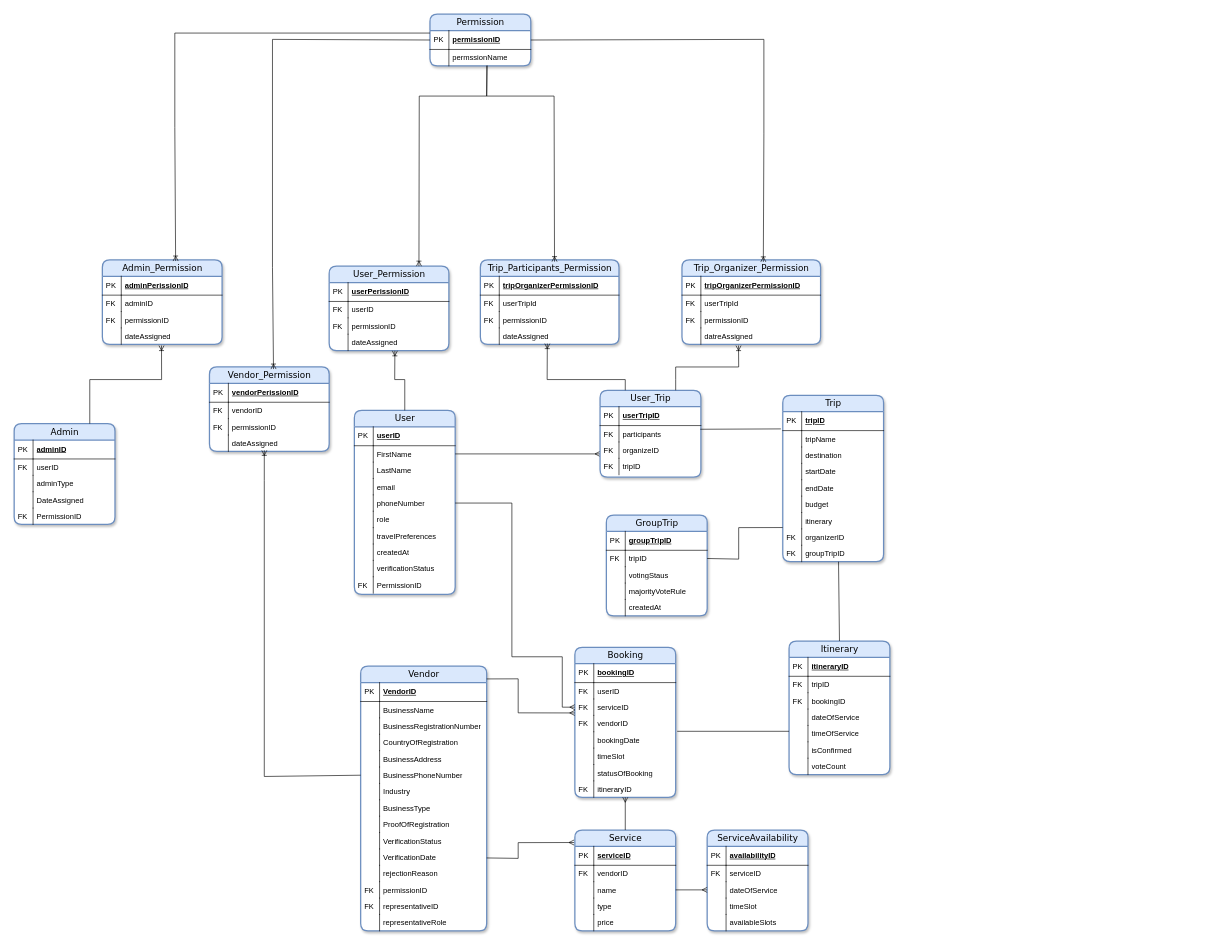
This is images/Untitled Diagram.drawio from AlaishAJohnson/VoyageSyncCapstone, a draw.io file, before an edit. Source tidied: cells renumbered, new cells numbered last; positions are measured from the earlier drawing's top-left corner, leaving out a move shared by most shapes. Both pictures are drawn from the tidied source at 63%, with x=0, y=0 at pixel (14, 14).
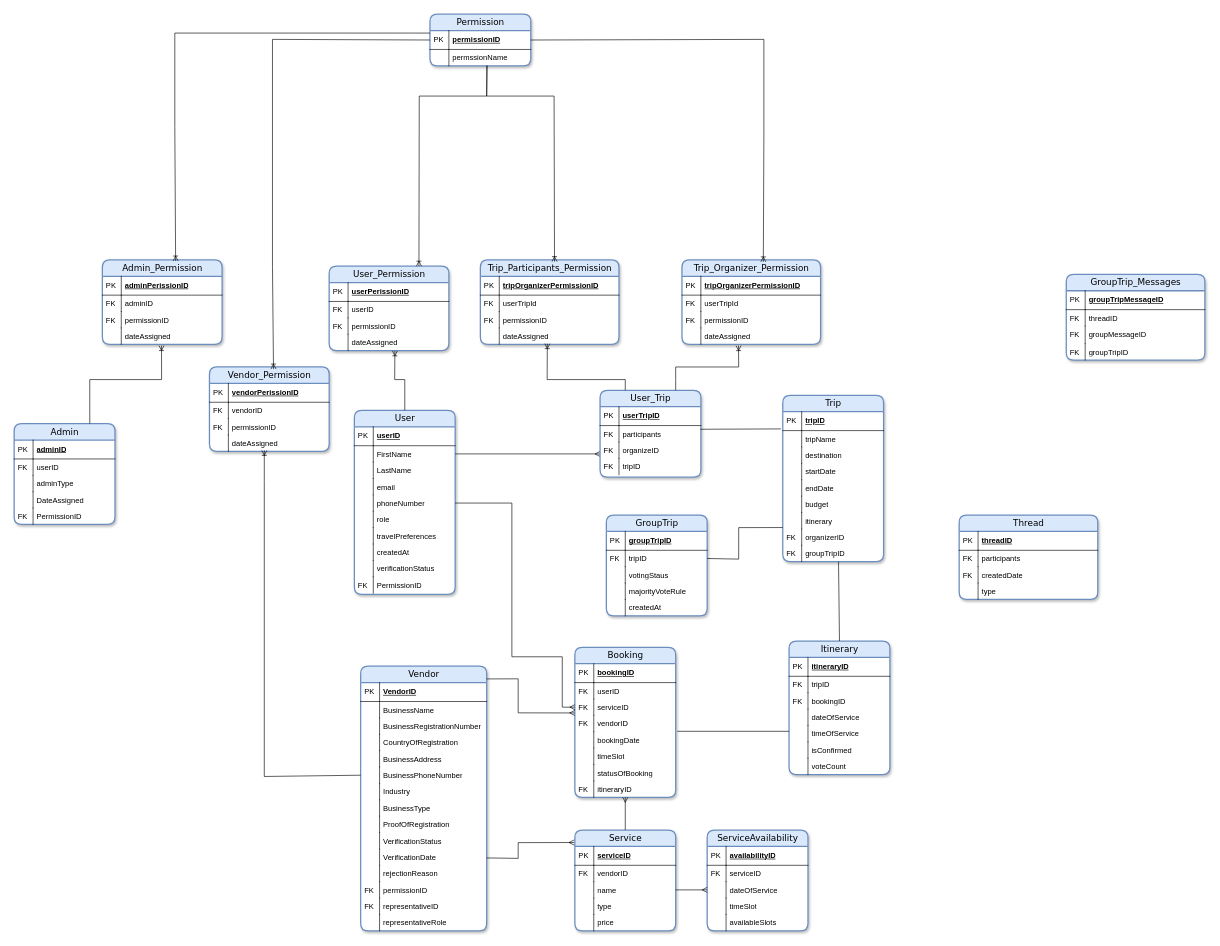
The same diagram, later.

The change refers to these unchanged cells:
```xml
<mxCell id="168" value="Trip_Organizer_Permission" style="swimlane;html=1;fontStyle=0;horizontal=1;startSize=26;fillColor=#dae8fc;swimlaneFillColor=#ffffff;align=center;rounded=1;shadow=1;comic=0;labelBackgroundColor=none;strokeWidth=2;fontFamily=Verdana;fontSize=14;strokeColor=#6c8ebf;" parent="1" vertex="1">
  <mxGeometry x="1060" y="390" width="220" height="134" as="geometry" />
</mxCell>
```

The edit, as a diff of the source:
```diff
@@
-    <mxCell id="175" value="datreAssigned" style="shape=partialRectangle;top=0;left=0;right=0;bottom=0;html=1;align=left;verticalAlign=top;fillColor=none;spacingLeft=34;spacingRight=4;whiteSpace=wrap;overflow=hidden;points=[[0,0.5],[1,0.5]];portConstraint=eastwest;" parent="168" vertex="1">
+    <mxCell id="175" value="dateAssigned" style="shape=partialRectangle;top=0;left=0;right=0;bottom=0;html=1;align=left;verticalAlign=top;fillColor=none;spacingLeft=34;spacingRight=4;whiteSpace=wrap;overflow=hidden;points=[[0,0.5],[1,0.5]];portConstraint=eastwest;" parent="168" vertex="1">
       <mxGeometry y="108" width="220" height="26" as="geometry" />
     </mxCell>
@@
+    <mxCell id="228" value="GroupTrip_Messages" style="swimlane;html=1;fontStyle=0;horizontal=1;startSize=26;fillColor=#dae8fc;swimlaneFillColor=#ffffff;align=center;rounded=1;shadow=1;comic=0;labelBackgroundColor=none;strokeWidth=2;fontFamily=Verdana;fontSize=14;strokeColor=#6c8ebf;" parent="1" vertex="1">
+      <mxGeometry x="1670" y="413" width="220" height="136" as="geometry" />
+    </mxCell>
+    <mxCell id="229" value="groupTripMessageID" style="shape=partialRectangle;top=0;left=0;right=0;bottom=1;html=1;align=left;verticalAlign=middle;fillColor=none;spacingLeft=34;spacingRight=4;whiteSpace=wrap;overflow=hidden;fontStyle=5;" parent="228" vertex="1">
+      <mxGeometry y="26" width="220" height="30" as="geometry" />
+    </mxCell>
+    <mxCell id="230" value="PK" style="shape=partialRectangle;top=0;left=0;bottom=0;html=1;fillColor=none;align=left;verticalAlign=middle;spacingLeft=4;spacingRight=4;whiteSpace=wrap;overflow=hidden;" parent="229" vertex="1">
+      <mxGeometry width="30" height="30" as="geometry" />
+    </mxCell>
+    <mxCell id="231" value="threadID" style="shape=partialRectangle;top=0;left=0;right=0;bottom=0;html=1;align=left;verticalAlign=top;fillColor=none;spacingLeft=34;spacingRight=4;whiteSpace=wrap;overflow=hidden;" parent="228" vertex="1">
+      <mxGeometry y="56" width="220" height="26" as="geometry" />
+    </mxCell>
+    <mxCell id="232" value="FK" style="shape=partialRectangle;top=0;left=0;bottom=0;html=1;fillColor=none;align=left;verticalAlign=top;spacingLeft=4;spacingRight=4;whiteSpace=wrap;overflow=hidden;" parent="231" vertex="1">
+      <mxGeometry width="30" height="26" as="geometry" />
+    </mxCell>
+    <mxCell id="233" value="groupMessageID" style="shape=partialRectangle;top=0;left=0;right=0;bottom=0;html=1;align=left;verticalAlign=top;fillColor=none;spacingLeft=34;spacingRight=4;whiteSpace=wrap;overflow=hidden;" parent="228" vertex="1">
+      <mxGeometry y="82" width="220" height="28" as="geometry" />
+    </mxCell>
+    <mxCell id="234" value="FK" style="shape=partialRectangle;top=0;left=0;bottom=0;html=1;fillColor=none;align=left;verticalAlign=top;spacingLeft=4;spacingRight=4;whiteSpace=wrap;overflow=hidden;" parent="233" vertex="1">
+      <mxGeometry width="30" height="28" as="geometry" />
+    </mxCell>
+    <mxCell id="235" value="groupTripID" style="shape=partialRectangle;top=0;left=0;right=0;bottom=0;html=1;align=left;verticalAlign=top;fillColor=none;spacingLeft=34;spacingRight=4;whiteSpace=wrap;overflow=hidden;" parent="228" vertex="1">
+      <mxGeometry y="110" width="220" height="26" as="geometry" />
+    </mxCell>
+    <mxCell id="236" value="FK" style="shape=partialRectangle;top=0;left=0;bottom=0;html=1;fillColor=none;align=left;verticalAlign=top;spacingLeft=4;spacingRight=4;whiteSpace=wrap;overflow=hidden;" parent="235" vertex="1">
+      <mxGeometry width="30" height="26" as="geometry" />
+    </mxCell>
+    <mxCell id="237" value="Thread" style="swimlane;html=1;fontStyle=0;horizontal=1;startSize=26;fillColor=#dae8fc;swimlaneFillColor=#ffffff;align=center;rounded=1;shadow=1;comic=0;labelBackgroundColor=none;strokeWidth=2;fontFamily=Verdana;fontSize=14;strokeColor=#6c8ebf;" parent="1" vertex="1">
+      <mxGeometry x="1500" y="795" width="220" height="134" as="geometry" />
+    </mxCell>
+    <mxCell id="238" value="threadID" style="shape=partialRectangle;top=0;left=0;right=0;bottom=1;html=1;align=left;verticalAlign=middle;fillColor=none;spacingLeft=34;spacingRight=4;whiteSpace=wrap;overflow=hidden;fontStyle=5;" parent="237" vertex="1">
+      <mxGeometry y="26" width="220" height="30" as="geometry" />
+    </mxCell>
+    <mxCell id="239" value="PK" style="shape=partialRectangle;top=0;left=0;bottom=0;html=1;fillColor=none;align=left;verticalAlign=middle;spacingLeft=4;spacingRight=4;whiteSpace=wrap;overflow=hidden;" parent="238" vertex="1">
+      <mxGeometry width="30" height="30" as="geometry" />
+    </mxCell>
+    <mxCell id="240" value="participants" style="shape=partialRectangle;top=0;left=0;right=0;bottom=0;html=1;align=left;verticalAlign=top;fillColor=none;spacingLeft=34;spacingRight=4;whiteSpace=wrap;overflow=hidden;" parent="237" vertex="1">
+      <mxGeometry y="56" width="220" height="26" as="geometry" />
+    </mxCell>
+    <mxCell id="241" value="FK" style="shape=partialRectangle;top=0;left=0;bottom=0;html=1;fillColor=none;align=left;verticalAlign=top;spacingLeft=4;spacingRight=4;whiteSpace=wrap;overflow=hidden;" parent="240" vertex="1">
+      <mxGeometry width="30" height="26" as="geometry" />
+    </mxCell>
+    <mxCell id="242" value="createdDate" style="shape=partialRectangle;top=0;left=0;right=0;bottom=0;html=1;align=left;verticalAlign=top;fillColor=none;spacingLeft=34;spacingRight=4;whiteSpace=wrap;overflow=hidden;" parent="237" vertex="1">
+      <mxGeometry y="82" width="220" height="26" as="geometry" />
+    </mxCell>
+    <mxCell id="243" value="FK" style="shape=partialRectangle;top=0;left=0;bottom=0;html=1;fillColor=none;align=left;verticalAlign=top;spacingLeft=4;spacingRight=4;whiteSpace=wrap;overflow=hidden;" parent="242" vertex="1">
+      <mxGeometry width="30" height="26" as="geometry" />
+    </mxCell>
+    <mxCell id="244" value="type" style="shape=partialRectangle;top=0;left=0;right=0;bottom=0;html=1;align=left;verticalAlign=top;fillColor=none;spacingLeft=34;spacingRight=4;whiteSpace=wrap;overflow=hidden;" parent="237" vertex="1">
+      <mxGeometry y="108" width="220" height="26" as="geometry" />
+    </mxCell>
+    <mxCell id="245" style="shape=partialRectangle;top=0;left=0;bottom=0;html=1;fillColor=none;align=left;verticalAlign=top;spacingLeft=4;spacingRight=4;whiteSpace=wrap;overflow=hidden;" parent="244" vertex="1">
+      <mxGeometry width="30" height="26" as="geometry" />
+    </mxCell>
```
